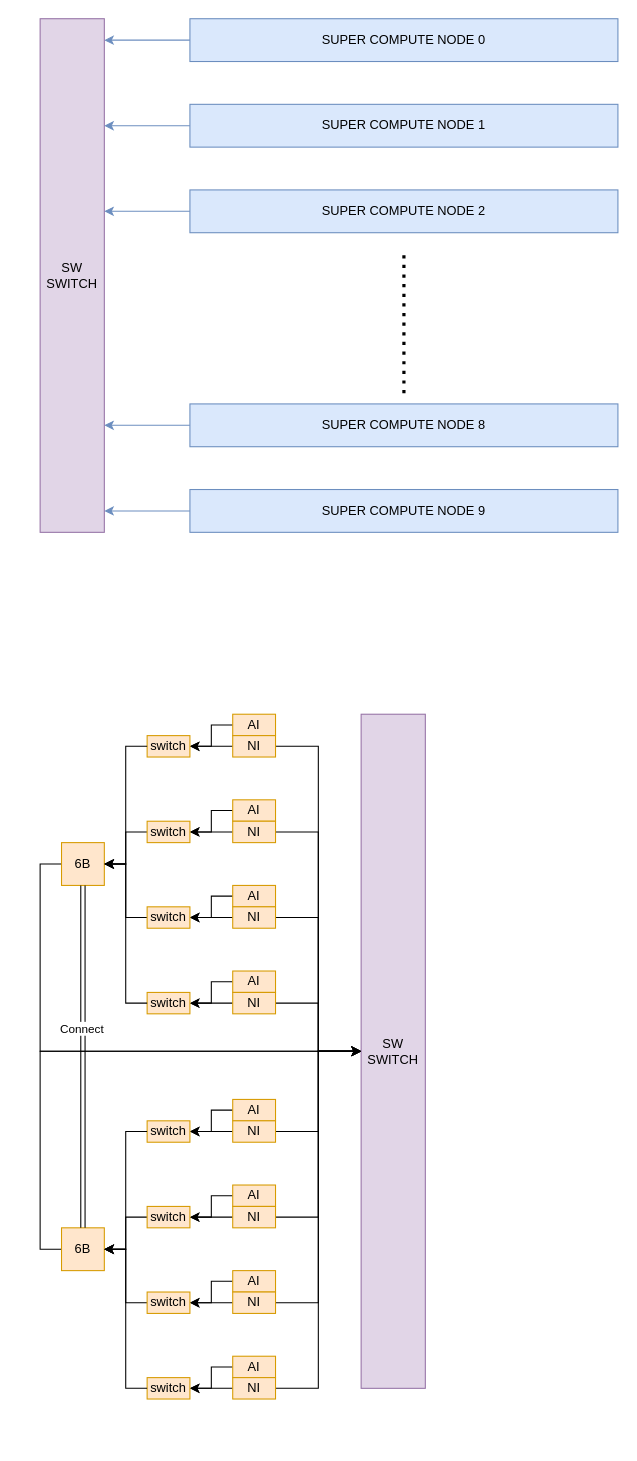
The draw.io diagram SUPERNODE.drawio in BEYHHH/SBLP, before the edit. Source tidied: cells renumbered, new cells numbered last; positions are measured from the earlier drawing's top-left corner, leaving out a move shared by most shapes. Both pictures are drawn from the tidied source at 107%, with x=0, y=0 at pixel (40, 18).
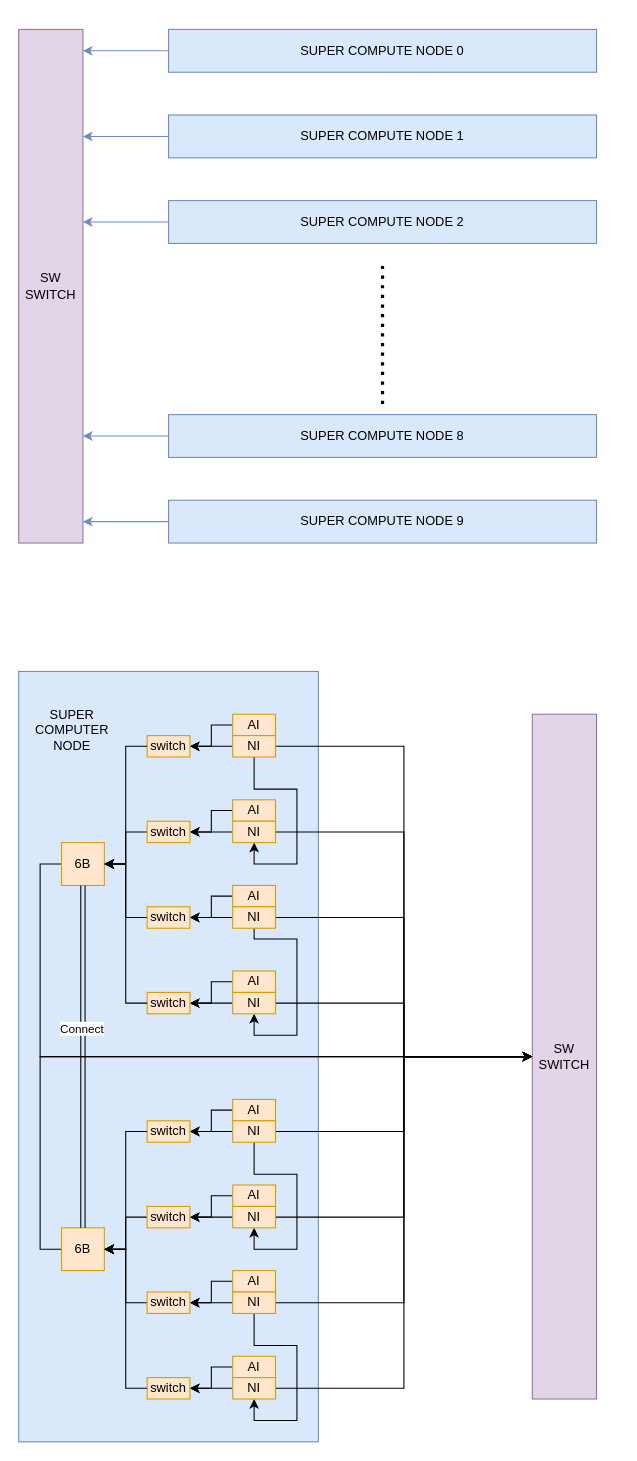
Above is the later version.

Unchanged cells that the change refers to:
```xml
<mxCell id="15" value="6B" style="rounded=0;whiteSpace=wrap;html=1;fillColor=#ffe6cc;strokeColor=#d79b00;" parent="1" vertex="1">
  <mxGeometry x="20" y="770" width="40" height="40" as="geometry" />
</mxCell>
<mxCell id="20" value="NI" style="rounded=0;whiteSpace=wrap;html=1;fillColor=#ffe6cc;strokeColor=#d79b00;" parent="1" vertex="1">
  <mxGeometry x="180" y="670" width="40" height="20" as="geometry" />
</mxCell>
<mxCell id="25" value="NI" style="rounded=0;whiteSpace=wrap;html=1;fillColor=#ffe6cc;strokeColor=#d79b00;" parent="1" vertex="1">
  <mxGeometry x="180" y="750" width="40" height="20" as="geometry" />
</mxCell>
<mxCell id="30" value="NI" style="rounded=0;whiteSpace=wrap;html=1;fillColor=#ffe6cc;strokeColor=#d79b00;" parent="1" vertex="1">
  <mxGeometry x="180" y="830" width="40" height="20" as="geometry" />
</mxCell>
<mxCell id="35" value="NI" style="rounded=0;whiteSpace=wrap;html=1;fillColor=#ffe6cc;strokeColor=#d79b00;" parent="1" vertex="1">
  <mxGeometry x="180" y="910" width="40" height="20" as="geometry" />
</mxCell>
<mxCell id="46" value="6B" style="rounded=0;whiteSpace=wrap;html=1;fillColor=#ffe6cc;strokeColor=#d79b00;" parent="1" vertex="1">
  <mxGeometry x="20" y="1130" width="40" height="40" as="geometry" />
</mxCell>
<mxCell id="51" value="NI" style="rounded=0;whiteSpace=wrap;html=1;fillColor=#ffe6cc;strokeColor=#d79b00;" parent="1" vertex="1">
  <mxGeometry x="180" y="1030" width="40" height="20" as="geometry" />
</mxCell>
<mxCell id="56" value="NI" style="rounded=0;whiteSpace=wrap;html=1;fillColor=#ffe6cc;strokeColor=#d79b00;" parent="1" vertex="1">
  <mxGeometry x="180" y="1110" width="40" height="20" as="geometry" />
</mxCell>
<mxCell id="61" value="NI" style="rounded=0;whiteSpace=wrap;html=1;fillColor=#ffe6cc;strokeColor=#d79b00;" parent="1" vertex="1">
  <mxGeometry x="180" y="1190" width="40" height="20" as="geometry" />
</mxCell>
<mxCell id="66" value="NI" style="rounded=0;whiteSpace=wrap;html=1;fillColor=#ffe6cc;strokeColor=#d79b00;" parent="1" vertex="1">
  <mxGeometry x="180" y="1270" width="40" height="20" as="geometry" />
</mxCell>
```

The edit, as a diff of the source:
```diff
@@
+    <mxCell id="77" style="rounded=0;whiteSpace=wrap;html=1;fillColor=#dae8fc;strokeColor=#6c8ebf;" parent="1" vertex="1">
+      <mxGeometry x="-20" y="610" width="280" height="720" as="geometry" />
+    </mxCell>
     <mxCell id="2" style="edgeStyle=orthogonalEdgeStyle;rounded=0;jettySize=auto;html=1;fillColor=#dae8fc;strokeColor=#6c8ebf;" parent="1" edge="1" source="3" target="4">
       <mxGeometry relative="1" as="geometry">
         <Array as="points">
-          <mxPoint x="90" y="20" />
-          <mxPoint x="90" y="20" />
+          <mxPoint x="70" y="30" />
+          <mxPoint x="70" y="30" />
         </Array>
       </mxGeometry>
     </mxCell>
     <mxCell id="3" value="SUPER COMPUTE NODE 0" style="rounded=0;whiteSpace=wrap;html=1;fillColor=#dae8fc;strokeColor=#6c8ebf;" parent="1" vertex="1">
-      <mxGeometry x="140" width="400" height="40" as="geometry" />
+      <mxGeometry x="120" y="10" width="400" height="40" as="geometry" />
     </mxCell>
     <mxCell id="4" value="SW&lt;br&gt;SWITCH" style="rounded=0;whiteSpace=wrap;html=1;fillColor=#e1d5e7;strokeColor=#9673a6;" parent="1" vertex="1">
-      <mxGeometry width="60" height="480" as="geometry" />
+      <mxGeometry x="-20" y="10" width="60" height="480" as="geometry" />
     </mxCell>
     <mxCell id="5" style="edgeStyle=orthogonalEdgeStyle;rounded=0;jettySize=auto;html=1;fillColor=#dae8fc;strokeColor=#6c8ebf;" parent="1" edge="1" source="6" target="4">
       <mxGeometry relative="1" as="geometry">
         <Array as="points">
-          <mxPoint x="90" y="100" />
-          <mxPoint x="90" y="100" />
+          <mxPoint x="70" y="110" />
+          <mxPoint x="70" y="110" />
         </Array>
       </mxGeometry>
     </mxCell>
     <mxCell id="6" value="SUPER COMPUTE NODE 1" style="rounded=0;whiteSpace=wrap;html=1;fillColor=#dae8fc;strokeColor=#6c8ebf;" parent="1" vertex="1">
-      <mxGeometry x="140" y="80" width="400" height="40" as="geometry" />
+      <mxGeometry x="120" y="90" width="400" height="40" as="geometry" />
     </mxCell>
     <mxCell id="7" style="edgeStyle=orthogonalEdgeStyle;rounded=0;jettySize=auto;html=1;fillColor=#dae8fc;strokeColor=#6c8ebf;" parent="1" edge="1" source="8" target="4">
       <mxGeometry relative="1" as="geometry">
         <Array as="points">
-          <mxPoint x="80" y="180" />
-          <mxPoint x="80" y="180" />
+          <mxPoint x="60" y="190" />
+          <mxPoint x="60" y="190" />
         </Array>
       </mxGeometry>
     </mxCell>
     <mxCell id="8" value="SUPER COMPUTE NODE 2" style="rounded=0;whiteSpace=wrap;html=1;fillColor=#dae8fc;strokeColor=#6c8ebf;" parent="1" vertex="1">
-      <mxGeometry x="140" y="160" width="400" height="40" as="geometry" />
+      <mxGeometry x="120" y="170" width="400" height="40" as="geometry" />
     </mxCell>
     <mxCell id="9" style="edgeStyle=orthogonalEdgeStyle;rounded=0;jettySize=auto;html=1;fillColor=#dae8fc;strokeColor=#6c8ebf;" parent="1" edge="1" source="10" target="4">
       <mxGeometry relative="1" as="geometry">
         <Array as="points">
-          <mxPoint x="70" y="460" />
-          <mxPoint x="70" y="460" />
+          <mxPoint x="50" y="470" />
+          <mxPoint x="50" y="470" />
         </Array>
       </mxGeometry>
     </mxCell>
     <mxCell id="10" value="SUPER COMPUTE NODE 9" style="rounded=0;whiteSpace=wrap;html=1;fillColor=#dae8fc;strokeColor=#6c8ebf;" parent="1" vertex="1">
-      <mxGeometry x="140" y="440" width="400" height="40" as="geometry" />
+      <mxGeometry x="120" y="450" width="400" height="40" as="geometry" />
     </mxCell>
     <mxCell id="11" style="edgeStyle=orthogonalEdgeStyle;rounded=0;jettySize=auto;html=1;fillColor=#dae8fc;strokeColor=#6c8ebf;" parent="1" edge="1" source="12" target="4">
       <mxGeometry relative="1" as="geometry">
         <Array as="points">
-          <mxPoint x="70" y="380" />
-          <mxPoint x="70" y="380" />
+          <mxPoint x="50" y="390" />
+          <mxPoint x="50" y="390" />
         </Array>
       </mxGeometry>
     </mxCell>
     <mxCell id="12" value="SUPER COMPUTE NODE 8" style="rounded=0;whiteSpace=wrap;html=1;fillColor=#dae8fc;strokeColor=#6c8ebf;" parent="1" vertex="1">
-      <mxGeometry x="140" y="360" width="400" height="40" as="geometry" />
+      <mxGeometry x="120" y="370" width="400" height="40" as="geometry" />
     </mxCell>
     <mxCell id="13" style="endArrow=none;dashed=1;html=1;dashPattern=1 2;strokeWidth=3;rounded=0;" parent="1" edge="1">
       <mxGeometry relative="1" as="geometry">
-        <mxPoint x="340" y="350" as="sourcePoint" />
-        <mxPoint x="340" y="220" as="targetPoint" />
+        <mxPoint x="320" y="360" as="sourcePoint" />
+        <mxPoint x="320" y="230" as="targetPoint" />
       </mxGeometry>
     </mxCell>
     <mxCell id="14" style="edgeStyle=orthogonalEdgeStyle;rounded=0;jettySize=auto;html=1;entryX=0;entryY=0.5;entryDx=0;entryDy=0;" parent="1" edge="1" source="15" target="44">
       <mxGeometry relative="1" as="geometry">
         <Array as="points">
           <mxPoint y="790" />
-          <mxPoint y="965" />
+          <mxPoint y="970" />
         </Array>
       </mxGeometry>
     </mxCell>
@@
+    <mxCell id="78" style="edgeStyle=orthogonalEdgeStyle;rounded=0;jettySize=auto;html=1;entryX=0.5;entryY=1;entryDx=0;entryDy=0;" parent="1" edge="1" source="20" target="25">
+      <mxGeometry relative="1" as="geometry">
+        <Array as="points">
+          <mxPoint x="200" y="720" />
+          <mxPoint x="240" y="720" />
+          <mxPoint x="240" y="790" />
+          <mxPoint x="200" y="790" />
+        </Array>
+      </mxGeometry>
+    </mxCell>
@@
+    <mxCell id="79" style="edgeStyle=orthogonalEdgeStyle;rounded=0;jettySize=auto;html=1;entryX=0.5;entryY=1;entryDx=0;entryDy=0;exitX=0.5;exitY=1;exitDx=0;exitDy=0;" parent="1" edge="1" source="30" target="35">
+      <mxGeometry relative="1" as="geometry">
+        <Array as="points">
+          <mxPoint x="200" y="860" />
+          <mxPoint x="240" y="860" />
+          <mxPoint x="240" y="950" />
+          <mxPoint x="200" y="950" />
+        </Array>
+      </mxGeometry>
+    </mxCell>
@@
     <mxCell id="44" value="SW&lt;br&gt;SWITCH" style="rounded=0;whiteSpace=wrap;html=1;fillColor=#e1d5e7;strokeColor=#9673a6;" parent="1" vertex="1">
-      <mxGeometry x="300" y="650" width="60" height="630" as="geometry" />
+      <mxGeometry x="460" y="650" width="60" height="640" as="geometry" />
     </mxCell>
     <mxCell id="45" style="edgeStyle=orthogonalEdgeStyle;rounded=0;jettySize=auto;html=1;entryX=0;entryY=0.5;entryDx=0;entryDy=0;" parent="1" edge="1" source="46" target="44">
       <mxGeometry relative="1" as="geometry">
         <Array as="points">
           <mxPoint y="1150" />
-          <mxPoint y="965" />
+          <mxPoint y="970" />
         </Array>
       </mxGeometry>
     </mxCell>
@@
+    <mxCell id="80" style="edgeStyle=orthogonalEdgeStyle;rounded=0;jettySize=auto;html=1;entryX=0.5;entryY=1;entryDx=0;entryDy=0;" parent="1" edge="1" source="51" target="56">
+      <mxGeometry relative="1" as="geometry">
+        <Array as="points">
+          <mxPoint x="200" y="1080" />
+          <mxPoint x="240" y="1080" />
+          <mxPoint x="240" y="1150" />
+          <mxPoint x="200" y="1150" />
+        </Array>
+      </mxGeometry>
+    </mxCell>
@@
+    <mxCell id="81" style="edgeStyle=orthogonalEdgeStyle;rounded=0;jettySize=auto;html=1;entryX=0.5;entryY=1;entryDx=0;entryDy=0;" parent="1" edge="1" source="61" target="66">
+      <mxGeometry relative="1" as="geometry">
+        <Array as="points">
+          <mxPoint x="200" y="1240" />
+          <mxPoint x="240" y="1240" />
+          <mxPoint x="240" y="1310" />
+          <mxPoint x="200" y="1310" />
+        </Array>
+      </mxGeometry>
+    </mxCell>
@@
+    <mxCell id="82" value="SUPER&lt;br&gt;COMPUTER&lt;br&gt;NODE" style="text;html=1;strokeColor=none;fillColor=none;align=center;verticalAlign=middle;whiteSpace=wrap;rounded=0;" parent="1" vertex="1">
+      <mxGeometry y="650" width="60" height="30" as="geometry" />
+    </mxCell>
```
